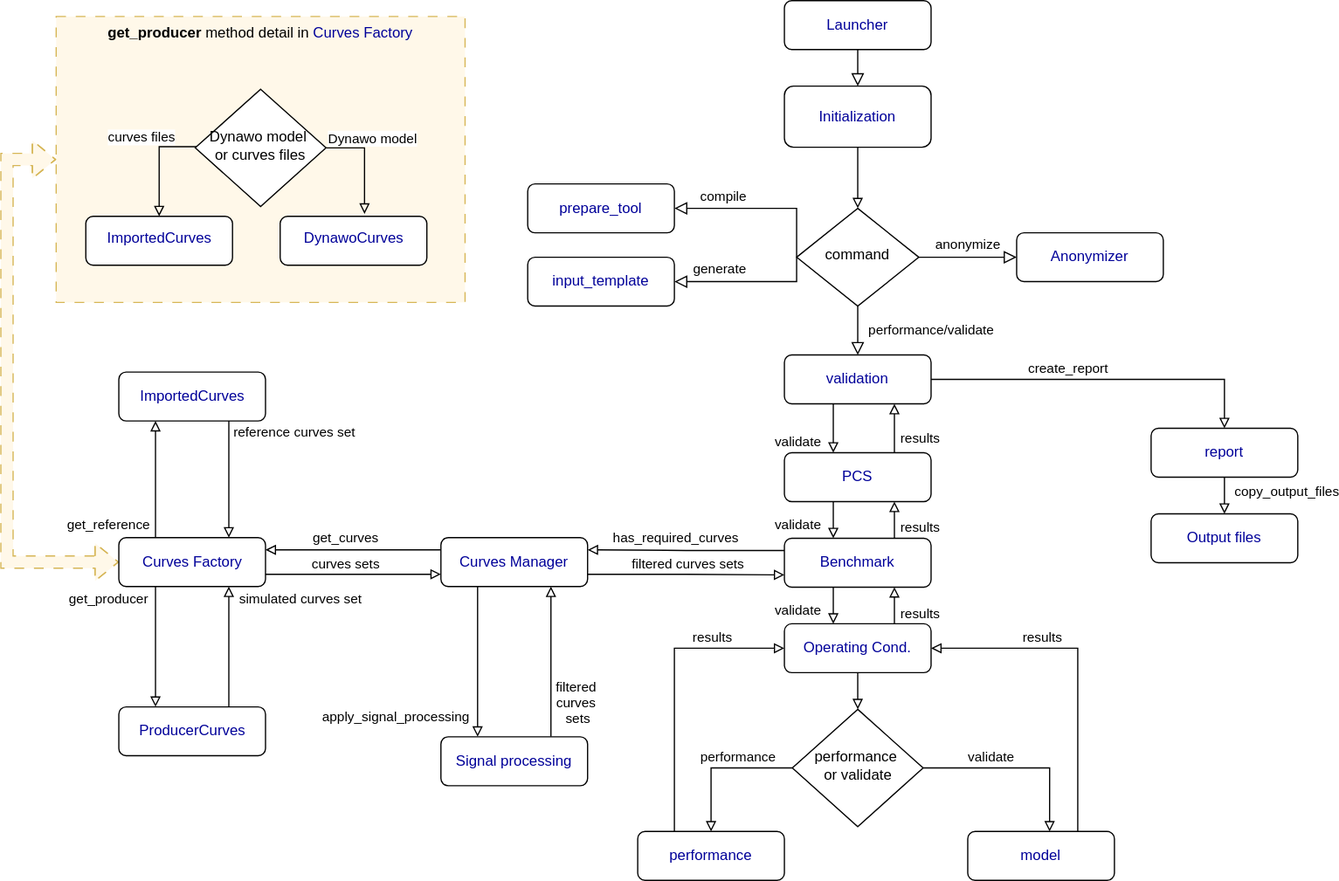
Before: docs/manual_dev/source/figs_structure/flowchart.svg, a diagram exported from draw.io (dynawo/dyn-grid-compliance-verification). Source tidied: cells renumbered, new cells last; positions are measured from the earlier drawing's top-left corner, leaving out a move shared by most shapes.
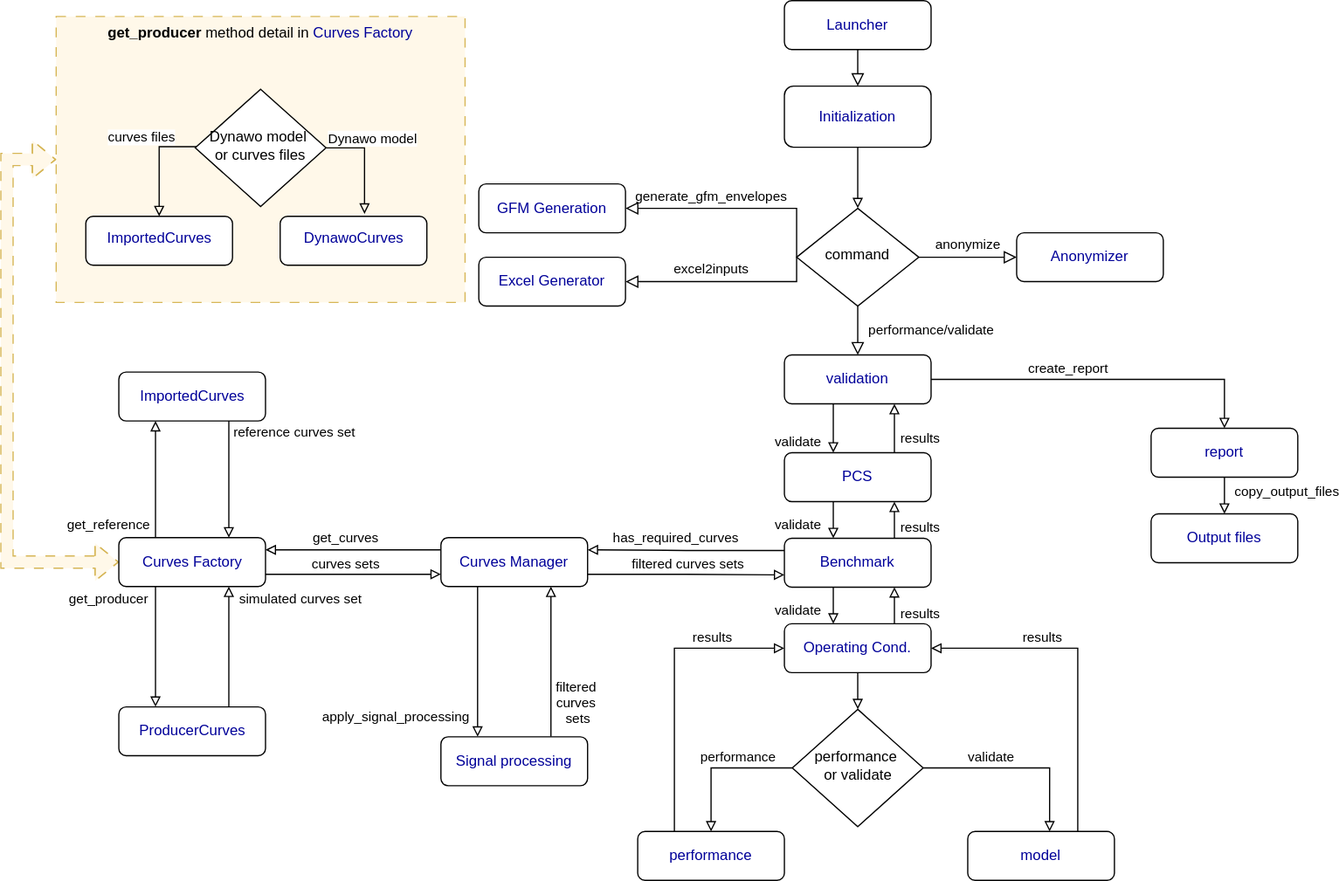
The same file after the commit.

Commit message:
docs: redraw the manual_dev flowchart with the commands the CLI offers

What changed in the source:
```diff
@@ -85,27 +85,27 @@
     <mxCell id="23" value="validation" style="rounded=1;whiteSpace=wrap;html=1;fontSize=12;glass=0;strokeWidth=1;shadow=0;fontColor=#000099;" parent="1" vertex="1">
       <mxGeometry x="636" y="290" width="120" height="40" as="geometry" />
     </mxCell>
-    <mxCell id="24" value="compile" style="edgeStyle=orthogonalEdgeStyle;rounded=0;html=1;jettySize=auto;fontSize=11;endArrow=block;endFill=0;endSize=8;strokeWidth=1;shadow=0;labelBackgroundColor=none;exitX=0;exitY=0.5;exitDx=0;exitDy=0;" parent="1" edge="1" source="17" target="25">
-      <mxGeometry x="0.43" y="-10" relative="1" as="geometry">
+    <mxCell id="24" value="generate_gfm_envelopes" style="edgeStyle=orthogonalEdgeStyle;rounded=0;html=1;jettySize=auto;fontSize=11;endArrow=block;endFill=0;endSize=8;strokeWidth=1;shadow=0;labelBackgroundColor=none;exitX=0;exitY=0.5;exitDx=0;exitDy=0;" parent="1" edge="1" source="17" target="25">
+      <mxGeometry x="0.22" y="-10" relative="1" as="geometry">
         <Array as="points">
           <mxPoint x="646" y="170" />
         </Array>
       </mxGeometry>
     </mxCell>
-    <mxCell id="25" value="prepare_tool" style="rounded=1;whiteSpace=wrap;html=1;fontSize=12;glass=0;strokeWidth=1;shadow=0;fontColor=#000099;" parent="1" vertex="1">
-      <mxGeometry x="426" y="150" width="120" height="40" as="geometry" />
+    <mxCell id="25" value="GFM Generation" style="rounded=1;whiteSpace=wrap;html=1;fontSize=12;glass=0;strokeWidth=1;shadow=0;fontColor=#000099;" parent="1" vertex="1">
+      <mxGeometry x="386" y="150" width="120" height="40" as="geometry" />
     </mxCell>
-    <mxCell id="26" value="generate" style="edgeStyle=orthogonalEdgeStyle;rounded=0;html=1;jettySize=auto;fontSize=11;endArrow=block;endFill=0;endSize=8;strokeWidth=1;shadow=0;labelBackgroundColor=none;entryX=1;entryY=0.5;entryDx=0;entryDy=0;" parent="1" edge="1" target="27">
-      <mxGeometry x="0.38" y="-10" relative="1" as="geometry">
+    <mxCell id="26" value="excel2inputs" style="edgeStyle=orthogonalEdgeStyle;rounded=0;html=1;jettySize=auto;fontSize=11;endArrow=block;endFill=0;endSize=8;strokeWidth=1;shadow=0;labelBackgroundColor=none;entryX=1;entryY=0.5;entryDx=0;entryDy=0;" parent="1" edge="1" target="27">
+      <mxGeometry x="0.12" y="-10" relative="1" as="geometry">
         <mxPoint x="646" y="210" as="sourcePoint" />
         <Array as="points">
           <mxPoint x="646" y="230" />
-          <mxPoint x="546" y="230" />
+          <mxPoint x="506" y="230" />
         </Array>
       </mxGeometry>
     </mxCell>
-    <mxCell id="27" value="input_template" style="rounded=1;whiteSpace=wrap;html=1;fontSize=12;glass=0;strokeWidth=1;shadow=0;fontColor=#000099;" parent="1" vertex="1">
-      <mxGeometry x="426" y="210" width="120" height="40" as="geometry" />
+    <mxCell id="27" value="Excel Generator" style="rounded=1;whiteSpace=wrap;html=1;fontSize=12;glass=0;strokeWidth=1;shadow=0;fontColor=#000099;" parent="1" vertex="1">
+      <mxGeometry x="386" y="210" width="120" height="40" as="geometry" />
     </mxCell>
     <mxCell id="28" style="edgeStyle=orthogonalEdgeStyle;rounded=0;jettySize=auto;html=1;endArrow=block;endFill=0;" parent="1" edge="1" source="29" target="17">
       <mxGeometry relative="1" as="geometry" />
```
